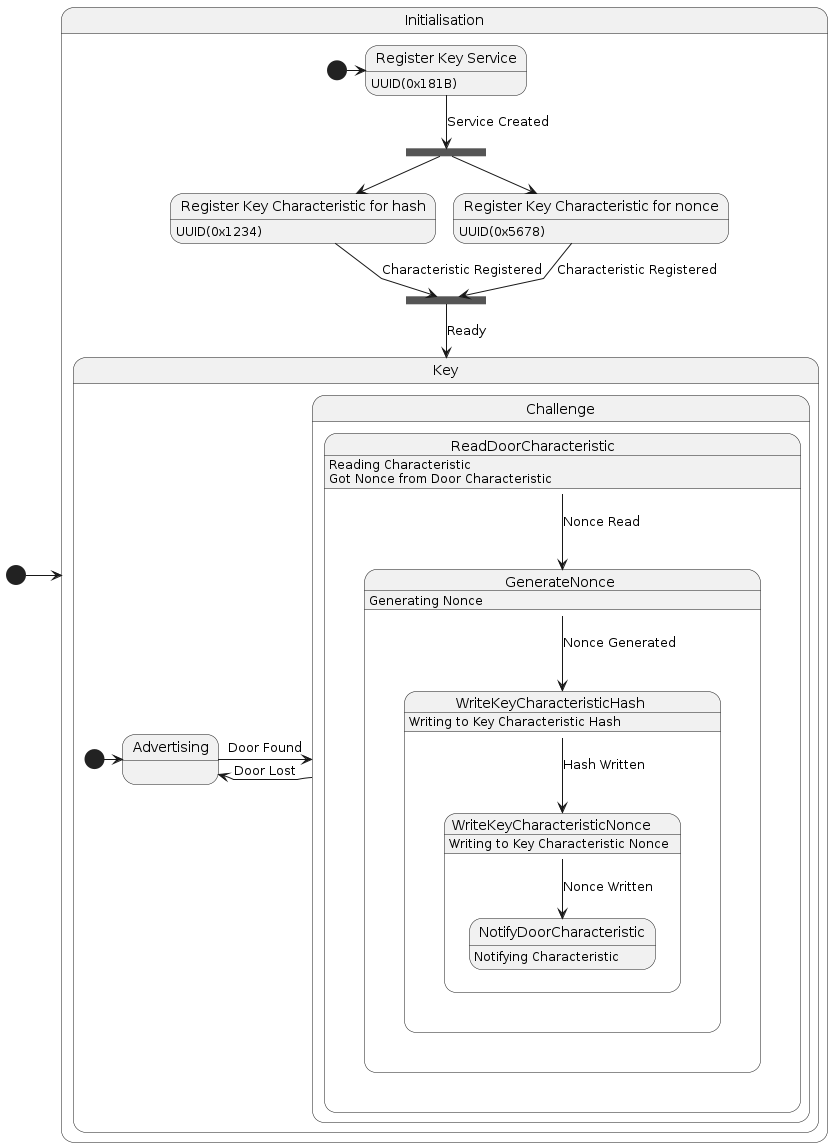
Earlier version of the PlantUML export docs/imgs/key.png (SamuelGuillemet/NET4104-ESP32-Project).
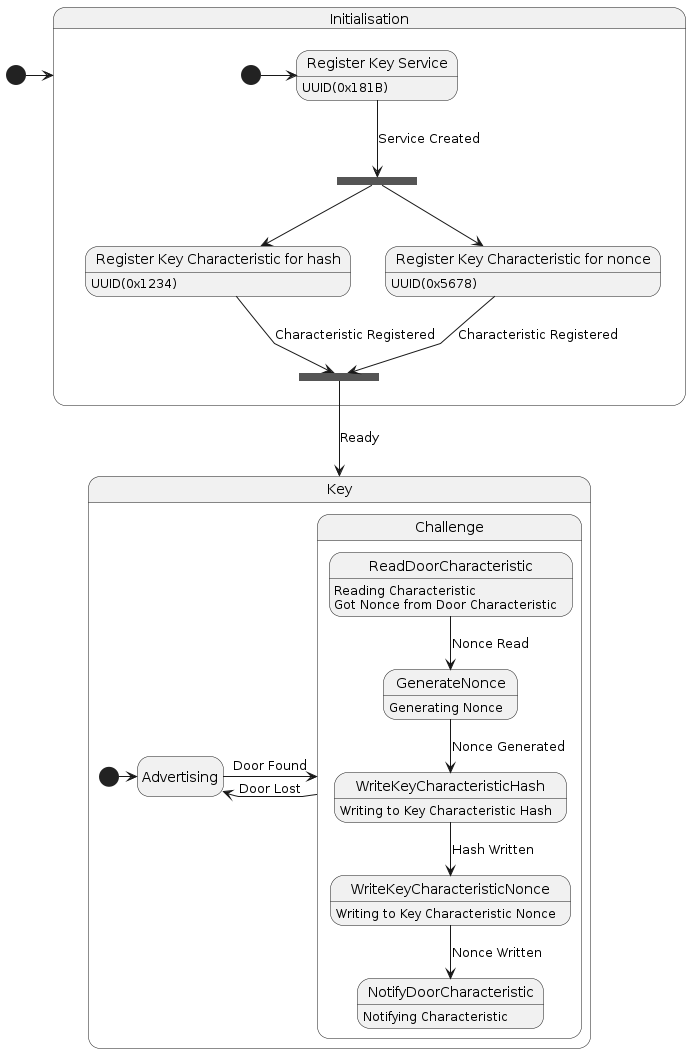
The same diagram one commit later.

Commit message:
Error with pum diag

The edit, as a diff of the source:
```diff
@@ -1,8 +1,11 @@
 @startuml key
 
 skinparam Linetype polyline
+hide empty description
 
 [*] -> Initialisation
+
+state Key
 
 state Initialisation {
     state "Register Key Service" as RegisterGATTService {
@@ -31,38 +34,42 @@
 
 state Key {
 
+    [*] -> Advertising
+    Advertising -> Challenge : Door Found
+    Challenge -> Advertising : Door Lost
 
-[*] -> Advertising
-Advertising -> Challenge : Door Found
-Challenge -> Advertising : Door Lost
+    state Challenge {
+    state ReadDoorCharacteristic
+    state GenerateNonce
+    state WriteKeyCharacteristicNonce
+    state WriteKeyCharacteristicHash
+    state NotifyDoorCharacteristic
 
-state Challenge {
+        state ReadDoorCharacteristic {
+            ReadDoorCharacteristic : Reading Characteristic
+            ReadDoorCharacteristic : Got Nonce from Door Characteristic
+            ReadDoorCharacteristic --> GenerateNonce : Nonce Read
+        }
 
-state ReadDoorCharacteristic {
-    ReadDoorCharacteristic : Reading Characteristic
-    ReadDoorCharacteristic : Got Nonce from Door Characteristic
-    ReadDoorCharacteristic --> GenerateNonce : Nonce Read
-}
+        state GenerateNonce {
+            GenerateNonce : Generating Nonce
+            GenerateNonce --> WriteKeyCharacteristicHash : Nonce Generated
+        }
 
-state GenerateNonce {
-    GenerateNonce : Generating Nonce
-    GenerateNonce --> WriteKeyCharacteristicHash : Nonce Generated
-}
+        state WriteKeyCharacteristicHash {
+            WriteKeyCharacteristicHash : Writing to Key Characteristic Hash
+            WriteKeyCharacteristicHash --> WriteKeyCharacteristicNonce : Hash Written
+        }
 
-state WriteKeyCharacteristicHash {
-    WriteKeyCharacteristicHash : Writing to Key Characteristic Hash
-    WriteKeyCharacteristicHash --> WriteKeyCharacteristicNonce : Hash Written
-}
+        state WriteKeyCharacteristicNonce {
+            WriteKeyCharacteristicNonce : Writing to Key Characteristic Nonce
+            WriteKeyCharacteristicNonce --> NotifyDoorCharacteristic : Nonce Written
+        }
 
-state WriteKeyCharacteristicNonce {
-    WriteKeyCharacteristicNonce : Writing to Key Characteristic Nonce
-    WriteKeyCharacteristicNonce --> NotifyDoorCharacteristic : Nonce Written
-}
-
-state NotifyDoorCharacteristic {
-    NotifyDoorCharacteristic : Notifying Characteristic
-}
-}
+        state NotifyDoorCharacteristic {
+            NotifyDoorCharacteristic : Notifying Characteristic
+        }
+    }
 }
 
 @enduml
```
